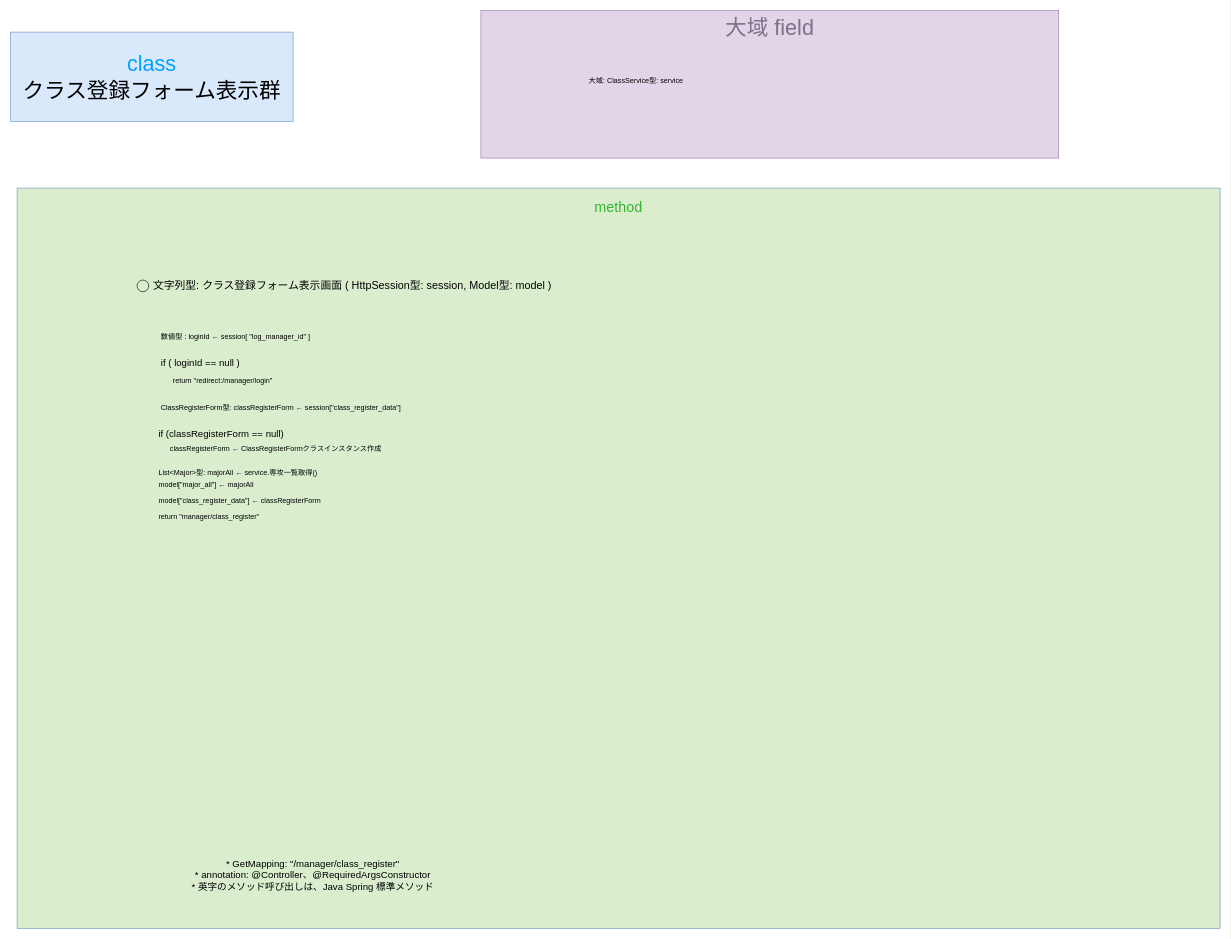
This is gijigengo/controller/view/manager/seiseki_manage_sys controller_view_manager ClassRegisterViewControllerrollerクラス 疑似言語.drawio from tro319/seiseki_manage_sys, a draw.io file, before an edit. Source tidied: cells renumbered, new cells numbered last; positions are measured from the earlier drawing's top-left corner, leaving out a move shared by most shapes. Both pictures are drawn from the tidied source at 60%, with x=0, y=0 at pixel (10, 10).
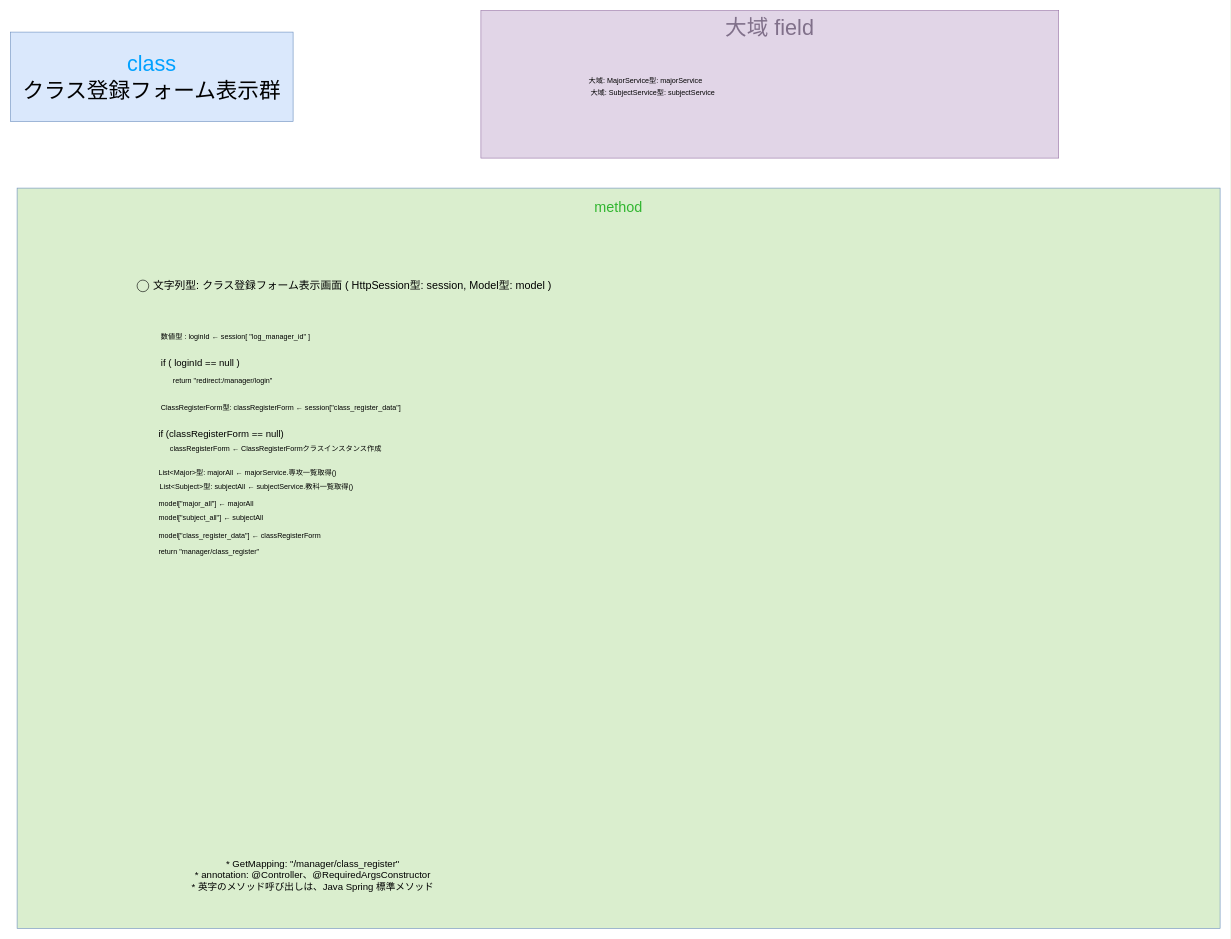
The same diagram, later.

The edit, as a diff of the source:
```diff
@@
     <mxCell id="10" value="return &quot;manager/class_register&quot;" style="text;html=1;whiteSpace=wrap;strokeColor=none;fillColor=none;align=left;verticalAlign=middle;rounded=0;" parent="1" vertex="1">
-      <mxGeometry x="245" y="829" width="590" height="30" as="geometry" />
+      <mxGeometry x="245" y="888" width="590" height="30" as="geometry" />
     </mxCell>
@@
     <mxCell id="14" value="model[&quot;class_register_data&quot;] ← classRegisterForm" style="text;html=1;whiteSpace=wrap;strokeColor=none;fillColor=none;align=left;verticalAlign=middle;rounded=0;" parent="1" vertex="1">
-      <mxGeometry x="245" y="802" width="590" height="30" as="geometry" />
+      <mxGeometry x="245" y="861" width="590" height="30" as="geometry" />
     </mxCell>
     <mxCell id="15" value="model[&quot;major_all&quot;] ← majorAll" style="text;html=1;whiteSpace=wrap;strokeColor=none;fillColor=none;align=left;verticalAlign=middle;rounded=0;" parent="1" vertex="1">
-      <mxGeometry x="245" y="776" width="719.5" height="30" as="geometry" />
+      <mxGeometry x="245" y="808" width="719.5" height="30" as="geometry" />
     </mxCell>
-    <mxCell id="16" value="List&amp;lt;Major&amp;gt;型: majorAll ← service.専攻一覧取得()" style="text;html=1;whiteSpace=wrap;strokeColor=none;fillColor=none;align=left;verticalAlign=middle;rounded=0;" parent="1" vertex="1">
+    <mxCell id="16" value="List&amp;lt;Major&amp;gt;型: majorAll ← majorService.専攻一覧取得()" style="text;html=1;whiteSpace=wrap;strokeColor=none;fillColor=none;align=left;verticalAlign=middle;rounded=0;" parent="1" vertex="1">
       <mxGeometry x="245" y="755" width="719.5" height="30" as="geometry" />
     </mxCell>
@@
-    <mxCell id="18" value="大域: ClassService型: service" style="text;html=1;whiteSpace=wrap;strokeColor=none;fillColor=none;align=left;verticalAlign=middle;rounded=0;fontSize=12;" parent="1" vertex="1">
+    <mxCell id="18" value="大域: MajorService型: majorService" style="text;html=1;whiteSpace=wrap;strokeColor=none;fillColor=none;align=left;verticalAlign=middle;rounded=0;fontSize=12;" parent="1" vertex="1">
       <mxGeometry x="962" y="102" width="590" height="30" as="geometry" />
     </mxCell>
+    <mxCell id="19" value="大域: SubjectService型: subjectService" style="text;html=1;whiteSpace=wrap;strokeColor=none;fillColor=none;align=left;verticalAlign=middle;rounded=0;fontSize=12;" parent="1" vertex="1">
+      <mxGeometry x="964.5" y="122" width="590" height="30" as="geometry" />
+    </mxCell>
+    <mxCell id="20" value="List&amp;lt;Subject&amp;gt;型: subjectAll ← subjectService.教科一覧取得()" style="text;html=1;whiteSpace=wrap;strokeColor=none;fillColor=none;align=left;verticalAlign=middle;rounded=0;" parent="1" vertex="1">
+      <mxGeometry x="247" y="779" width="719.5" height="30" as="geometry" />
+    </mxCell>
+    <mxCell id="21" value="model[&quot;subject_all&quot;] ← subjectAll" style="text;html=1;whiteSpace=wrap;strokeColor=none;fillColor=none;align=left;verticalAlign=middle;rounded=0;" parent="1" vertex="1">
+      <mxGeometry x="245" y="831" width="719.5" height="30" as="geometry" />
+    </mxCell>
```
